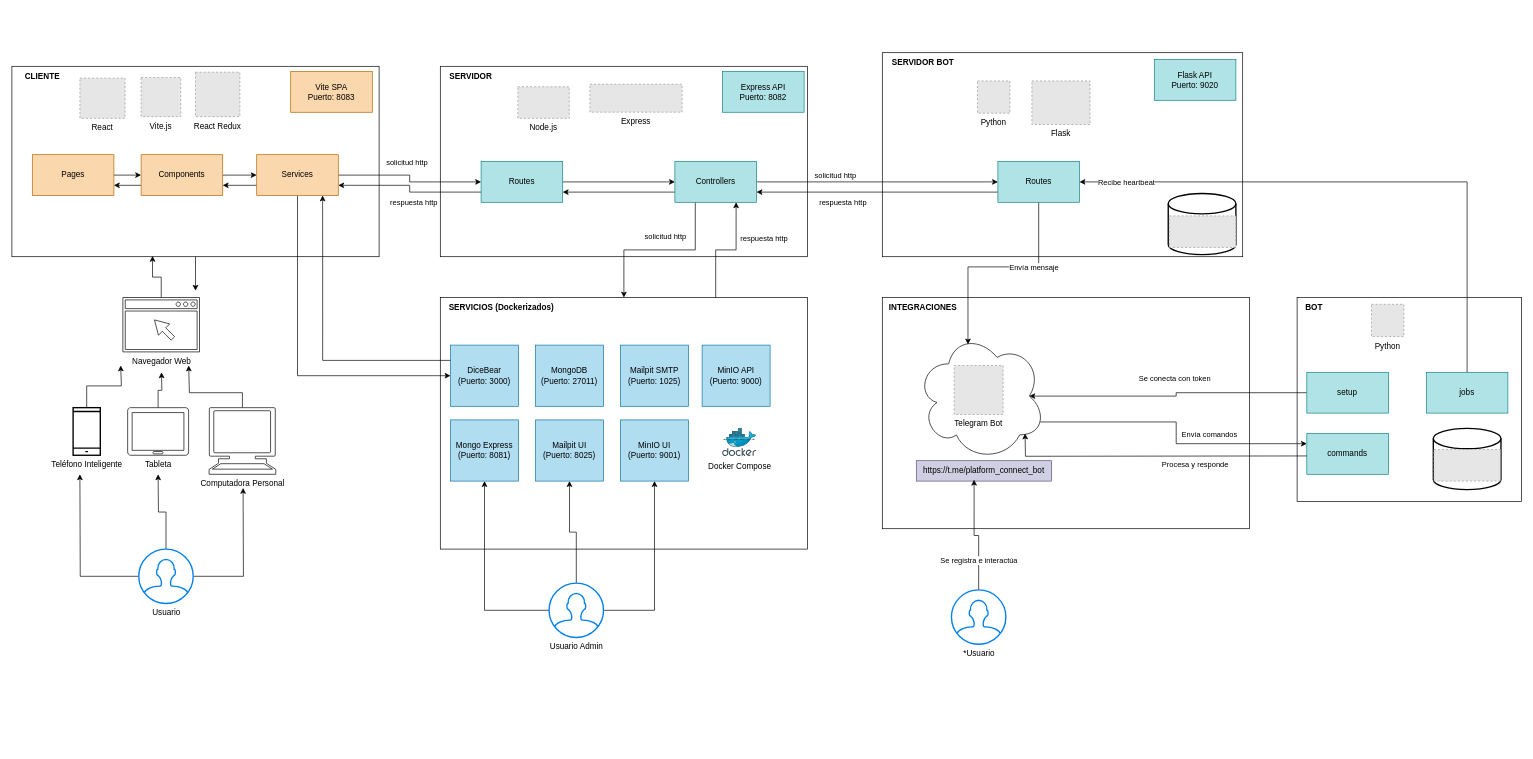
Above: docs/diagrama_arquitectura/diagrama_arquitectura.drawio in andresbiso/2025_1C_TFG (draw.io), before the change. Source tidied: cells renumbered, new cells numbered last; positions are measured from the earlier drawing's top-left corner, leaving out a move shared by most shapes. Both pictures are drawn from the tidied source at 68%, with x=0, y=0 at pixel (12, 52). Pictures stored in the file or linked from it are replaced by grey dashed boxes.
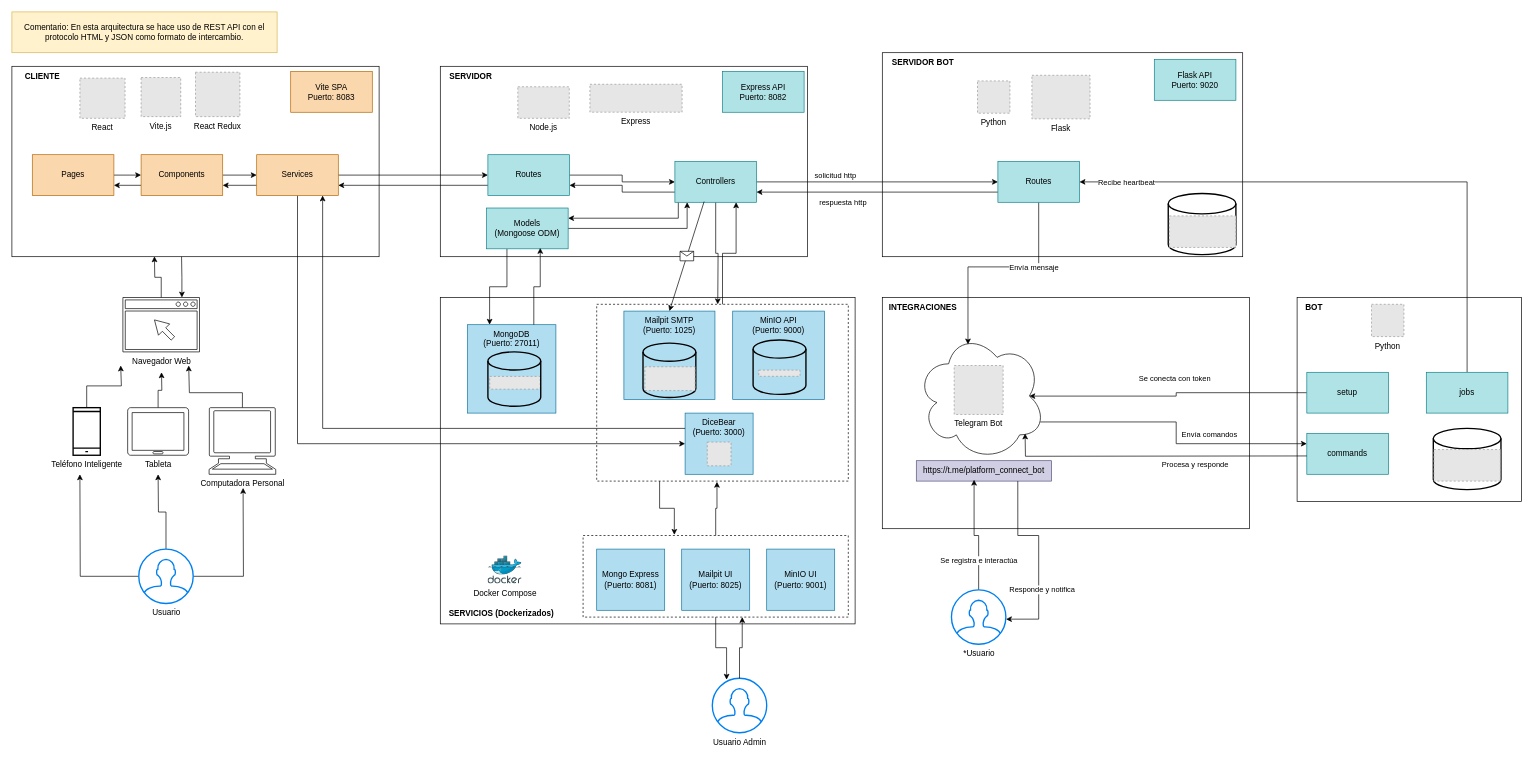
Above is the later version.

The change refers to these unchanged cells:
```xml
<mxCell id="3" style="rounded=0;whiteSpace=wrap;html=1;labelBackgroundColor=none;fillColor=none;" parent="1" vertex="1">
  <mxGeometry y="20" width="540" height="280" as="geometry" />
</mxCell>
<mxCell id="34" value="https://t.me/platform_connect_bot" style="text;html=1;align=center;verticalAlign=middle;whiteSpace=wrap;rounded=0;fillColor=#d0cee2;strokeColor=#56517e;" parent="15" vertex="1">
  <mxGeometry x="1330" y="600" width="199" height="30" as="geometry" />
</mxCell>
<mxCell id="53" style="edgeStyle=orthogonalEdgeStyle;rounded=0;jettySize=auto;html=1;exitX=0;exitY=0.75;exitDx=0;exitDy=0;entryX=1;entryY=0.75;entryDx=0;entryDy=0;" parent="15" edge="1" source="55" target="78">
  <mxGeometry relative="1" as="geometry" />
</mxCell>
<mxCell id="61" value="Controllers" style="rounded=0;whiteSpace=wrap;html=1;fillColor=#b0e3e6;strokeColor=#0e8088;" parent="15" vertex="1">
  <mxGeometry x="975" y="160" width="120" height="60" as="geometry" />
</mxCell>
<mxCell id="68" value="*Usuario" style="html=1;verticalLabelPosition=bottom;align=center;labelBackgroundColor=#ffffff;verticalAlign=top;strokeWidth=2;strokeColor=#0080F0;shadow=0;dashed=0;shape=mxgraph.ios7.icons.user;" parent="15" vertex="1">
  <mxGeometry x="1381.7" y="790" width="80" height="80" as="geometry" />
</mxCell>
<mxCell id="74" style="edgeStyle=orthogonalEdgeStyle;rounded=0;jettySize=auto;html=1;exitX=1;exitY=0.5;exitDx=0;exitDy=0;entryX=0;entryY=0.5;entryDx=0;entryDy=0;" parent="15" edge="1" source="78" target="55">
  <mxGeometry relative="1" as="geometry" />
</mxCell>
<mxCell id="96" value="Navegador Web" style="sketch=0;shadow=0;dashed=0;html=1;labelPosition=center;verticalLabelPosition=bottom;verticalAlign=top;align=center;outlineConnect=0;shape=mxgraph.vvd.web_browser;" parent="15" vertex="1">
  <mxGeometry x="163.2" y="360" width="112.7" height="80" as="geometry" />
</mxCell>
```

What changed in the source:
```diff
@@
-    <mxCell id="2" style="edgeStyle=orthogonalEdgeStyle;rounded=0;jettySize=auto;html=1;exitX=0.5;exitY=1;exitDx=0;exitDy=0;" parent="1" edge="1" source="3">
-      <mxGeometry relative="1" as="geometry">
-        <mxPoint x="270" y="350" as="targetPoint" />
-      </mxGeometry>
-    </mxCell>
@@
     <mxCell id="7" style="rounded=0;whiteSpace=wrap;html=1;labelBackgroundColor=none;fillColor=none;" parent="1" vertex="1">
-      <mxGeometry x="630" y="360" width="540" height="370" as="geometry" />
+      <mxGeometry x="630" y="360" width="610" height="480" as="geometry" />
     </mxCell>
     <mxCell id="8" value="&lt;b&gt;SERVICIOS (Dockerizados)&lt;/b&gt;" style="text;html=1;align=center;verticalAlign=middle;whiteSpace=wrap;rounded=0;labelBackgroundColor=none;" parent="1" vertex="1">
-      <mxGeometry x="630" y="360" width="180" height="30" as="geometry" />
+      <mxGeometry x="630" y="810" width="180" height="30" as="geometry" />
     </mxCell>
@@
+    <mxCell id="100" style="edgeStyle=orthogonalEdgeStyle;rounded=0;jettySize=auto;html=1;exitX=0.042;exitY=1;exitDx=0;exitDy=0;entryX=1;entryY=0.25;entryDx=0;entryDy=0;exitPerimeter=0;" parent="1" edge="1" source="61" target="111">
+      <mxGeometry relative="1" as="geometry" />
+    </mxCell>
+    <mxCell id="101" style="edgeStyle=orthogonalEdgeStyle;rounded=0;jettySize=auto;html=1;entryX=0.15;entryY=1;entryDx=0;entryDy=0;entryPerimeter=0;" parent="1" edge="1" source="111" target="61">
+      <mxGeometry relative="1" as="geometry" />
+    </mxCell>
+    <mxCell id="102" style="rounded=0;whiteSpace=wrap;html=1;fillColor=none;dashed=1;" parent="1" vertex="1">
+      <mxGeometry x="840" y="710" width="390" height="120" as="geometry" />
+    </mxCell>
+    <mxCell id="103" style="edgeStyle=orthogonalEdgeStyle;rounded=0;jettySize=auto;html=1;exitX=0.5;exitY=0;exitDx=0;exitDy=0;entryX=0.75;entryY=1;entryDx=0;entryDy=0;" parent="1" edge="1" source="104" target="61">
+      <mxGeometry relative="1" as="geometry" />
+    </mxCell>
+    <mxCell id="104" style="rounded=0;whiteSpace=wrap;html=1;fillColor=none;dashed=1;" parent="1" vertex="1">
+      <mxGeometry x="860" y="370" width="370" height="260" as="geometry" />
+    </mxCell>
+    <mxCell id="105" style="edgeStyle=orthogonalEdgeStyle;rounded=0;jettySize=auto;html=1;exitX=0.5;exitY=1;exitDx=0;exitDy=0;" parent="1" edge="1" source="61">
+      <mxGeometry relative="1" as="geometry">
+        <mxPoint x="1038" y="370" as="targetPoint" />
+      </mxGeometry>
+    </mxCell>
+    <mxCell id="106" style="edgeStyle=orthogonalEdgeStyle;rounded=0;jettySize=auto;html=1;exitX=0.5;exitY=0;exitDx=0;exitDy=0;entryX=0.478;entryY=1.004;entryDx=0;entryDy=0;entryPerimeter=0;" parent="1" edge="1" source="102" target="104">
+      <mxGeometry relative="1" as="geometry" />
+    </mxCell>
+    <mxCell id="107" style="edgeStyle=orthogonalEdgeStyle;rounded=0;jettySize=auto;html=1;exitX=0.25;exitY=1;exitDx=0;exitDy=0;entryX=0.344;entryY=-0.008;entryDx=0;entryDy=0;entryPerimeter=0;" parent="1" edge="1" source="104" target="102">
+      <mxGeometry relative="1" as="geometry" />
+    </mxCell>
@@
     <mxCell id="16" value="Docker Compose" style="image;sketch=0;html=1;align=center;fontSize=12;image=img/lib/mscae/Docker.svg;" parent="15" vertex="1">
-      <mxGeometry x="1045" y="552.5" width="50" height="41" as="geometry" />
+      <mxGeometry x="700" y="740" width="50" height="41" as="geometry" />
     </mxCell>
-    <mxCell id="17" value="MongoDB&lt;div&gt;(Puerto: 27011)&lt;/div&gt;" style="rounded=0;whiteSpace=wrap;html=1;fillColor=#b1ddf0;strokeColor=#10739e;" parent="15" vertex="1">
-      <mxGeometry x="770" y="430" width="100" height="90" as="geometry" />
+    <mxCell id="17" value="MongoDB&lt;div&gt;(Puerto: 27011)&lt;/div&gt;" style="rounded=0;whiteSpace=wrap;html=1;fillColor=#b1ddf0;strokeColor=#10739e;verticalAlign=top;" parent="15" vertex="1">
+      <mxGeometry x="670" y="400" width="130" height="130" as="geometry" />
     </mxCell>
     <mxCell id="18" value="Mongo Express&lt;div&gt;(Puerto: 8081)&lt;/div&gt;" style="rounded=0;whiteSpace=wrap;html=1;fillColor=#b1ddf0;strokeColor=#10739e;" parent="15" vertex="1">
-      <mxGeometry x="645" y="540" width="100" height="90" as="geometry" />
+      <mxGeometry x="860" y="730" width="100" height="90" as="geometry" />
     </mxCell>
-    <mxCell id="19" value="MinIO API&lt;div&gt;(Puerto: 9000)&lt;/div&gt;" style="rounded=0;whiteSpace=wrap;html=1;fillColor=#b1ddf0;strokeColor=#10739e;" parent="15" vertex="1">
-      <mxGeometry x="1015" y="430" width="100" height="90" as="geometry" />
+    <mxCell id="19" value="MinIO API&lt;div&gt;(Puerto: 9000)&lt;/div&gt;" style="rounded=0;whiteSpace=wrap;html=1;fillColor=#b1ddf0;strokeColor=#10739e;verticalAlign=top;" parent="15" vertex="1">
+      <mxGeometry x="1060" y="380" width="135" height="130" as="geometry" />
     </mxCell>
     <mxCell id="20" value="MinIO UI&lt;div&gt;(Puerto: 9001)&lt;/div&gt;" style="rounded=0;whiteSpace=wrap;html=1;fillColor=#b1ddf0;strokeColor=#10739e;" parent="15" vertex="1">
-      <mxGeometry x="895" y="540" width="100" height="90" as="geometry" />
+      <mxGeometry x="1110" y="730" width="100" height="90" as="geometry" />
     </mxCell>
-    <mxCell id="21" value="Mailpit SMTP&lt;div&gt;(Puerto: 1025)&lt;/div&gt;" style="rounded=0;whiteSpace=wrap;html=1;fillColor=#b1ddf0;strokeColor=#10739e;" parent="15" vertex="1">
-      <mxGeometry x="895" y="430" width="100" height="90" as="geometry" />
+    <mxCell id="21" value="Mailpit SMTP&lt;div&gt;(Puerto: 1025)&lt;/div&gt;" style="rounded=0;whiteSpace=wrap;html=1;fillColor=#b1ddf0;strokeColor=#10739e;verticalAlign=top;" parent="15" vertex="1">
+      <mxGeometry x="900" y="380" width="133.9" height="130" as="geometry" />
     </mxCell>
     <mxCell id="22" value="Mailpit UI&lt;div&gt;(Puerto: 8025)&lt;/div&gt;" style="rounded=0;whiteSpace=wrap;html=1;fillColor=#b1ddf0;strokeColor=#10739e;" parent="15" vertex="1">
-      <mxGeometry x="770" y="540" width="100" height="90" as="geometry" />
+      <mxGeometry x="985" y="730" width="100" height="90" as="geometry" />
     </mxCell>
@@
-    <mxCell id="24" value="DiceBear&lt;br&gt;&lt;div&gt;(Puerto: 3000&lt;span style=&quot;background-color: transparent; color: light-dark(rgb(0, 0, 0), rgb(255, 255, 255));&quot;&gt;)&lt;/span&gt;&lt;/div&gt;" style="rounded=0;whiteSpace=wrap;html=1;fillColor=#b1ddf0;strokeColor=#10739e;" parent="15" vertex="1">
-      <mxGeometry x="645" y="430" width="100" height="90" as="geometry" />
+    <mxCell id="24" value="DiceBear&lt;br&gt;&lt;div&gt;(Puerto: 3000&lt;span style=&quot;background-color: transparent; color: light-dark(rgb(0, 0, 0), rgb(255, 255, 255));&quot;&gt;)&lt;/span&gt;&lt;/div&gt;" style="rounded=0;whiteSpace=wrap;html=1;fillColor=#b1ddf0;strokeColor=#10739e;verticalAlign=top;" parent="15" vertex="1">
+      <mxGeometry x="990" y="530" width="100" height="90" as="geometry" />
     </mxCell>
@@
     <mxCell id="36" value="Flask" style="fillColor=#E6E6E6;strokeColor=#999999;dashed=1;verticalLabelPosition=bottom;labelBackgroundColor=default;verticalAlign=top;" parent="15" vertex="1">
-      <mxGeometry x="1500" y="41.5" width="85.5" height="64.1" as="geometry" />
+      <mxGeometry x="1500" y="33.2" width="85.5" height="64.1" as="geometry" />
     </mxCell>
@@
-    <mxCell id="54" value="respuesta http" style="edgeLabel;html=1;align=center;verticalAlign=middle;" parent="53" vertex="1">
-      <mxGeometry x="-0.14" y="2" relative="1" as="geometry">
-        <mxPoint x="-5" y="13" as="offset" />
-      </mxGeometry>
-    </mxCell>
     <mxCell id="55" value="Routes" style="rounded=0;whiteSpace=wrap;html=1;fillColor=#b0e3e6;strokeColor=#0e8088;" parent="15" vertex="1">
-      <mxGeometry x="690" y="160" width="120" height="60" as="geometry" />
+      <mxGeometry x="700" y="150" width="120" height="60" as="geometry" />
     </mxCell>
@@
-    <mxCell id="57" style="edgeStyle=orthogonalEdgeStyle;rounded=0;jettySize=auto;html=1;exitX=0.25;exitY=1;exitDx=0;exitDy=0;" parent="15" edge="1" source="61" target="7">
-      <mxGeometry relative="1" as="geometry" />
-    </mxCell>
-    <mxCell id="58" value="solicitud http" style="edgeLabel;html=1;align=center;verticalAlign=middle;" parent="57" vertex="1">
-      <mxGeometry x="-0.62" y="-2" relative="1" as="geometry">
-        <mxPoint x="-43" y="3" as="offset" />
-      </mxGeometry>
-    </mxCell>
@@
-    <mxCell id="62" style="edgeStyle=orthogonalEdgeStyle;rounded=0;jettySize=auto;html=1;entryX=0.5;entryY=1;entryDx=0;entryDy=0;" parent="15" edge="1" source="65" target="20">
-      <mxGeometry relative="1" as="geometry" />
-    </mxCell>
-    <mxCell id="63" style="edgeStyle=orthogonalEdgeStyle;rounded=0;jettySize=auto;html=1;entryX=0.5;entryY=1;entryDx=0;entryDy=0;" parent="15" edge="1" source="65" target="22">
-      <mxGeometry relative="1" as="geometry" />
-    </mxCell>
-    <mxCell id="64" style="edgeStyle=orthogonalEdgeStyle;rounded=0;jettySize=auto;html=1;entryX=0.5;entryY=1;entryDx=0;entryDy=0;" parent="15" edge="1" source="65" target="18">
-      <mxGeometry relative="1" as="geometry" />
-    </mxCell>
     <mxCell id="65" value="Usuario Admin" style="html=1;verticalLabelPosition=bottom;align=center;labelBackgroundColor=#ffffff;verticalAlign=top;strokeWidth=2;strokeColor=#0080F0;shadow=0;dashed=0;shape=mxgraph.ios7.icons.user;" parent="15" vertex="1">
-      <mxGeometry x="790" y="780" width="80" height="80" as="geometry" />
+      <mxGeometry x="1030" y="920" width="80" height="80" as="geometry" />
     </mxCell>
@@
-    <mxCell id="75" value="solicitud http" style="edgeLabel;html=1;align=center;verticalAlign=middle;" parent="74" vertex="1">
-      <mxGeometry x="-0.19" y="1" relative="1" as="geometry">
-        <mxPoint x="11" y="-19" as="offset" />
-      </mxGeometry>
-    </mxCell>
@@
-    <mxCell id="79" style="edgeStyle=orthogonalEdgeStyle;rounded=0;jettySize=auto;html=1;exitX=0.75;exitY=0;exitDx=0;exitDy=0;entryX=0.75;entryY=1;entryDx=0;entryDy=0;" parent="15" edge="1" source="7" target="61">
-      <mxGeometry relative="1" as="geometry" />
-    </mxCell>
-    <mxCell id="80" value="respuesta http" style="edgeLabel;html=1;align=center;verticalAlign=middle;" parent="79" vertex="1">
-      <mxGeometry x="0.38" y="-3" relative="1" as="geometry">
-        <mxPoint x="37" as="offset" />
-      </mxGeometry>
-    </mxCell>
@@
-    <mxCell id="95" style="edgeStyle=orthogonalEdgeStyle;rounded=0;jettySize=auto;html=1;entryX=0.383;entryY=0.996;entryDx=0;entryDy=0;entryPerimeter=0;" parent="15" edge="1" source="96" target="3">
-      <mxGeometry relative="1" as="geometry" />
-    </mxCell>
@@
+    <mxCell id="108" style="edgeStyle=orthogonalEdgeStyle;rounded=0;orthogonalLoop=1;jettySize=auto;html=1;exitX=0.5;exitY=1;exitDx=0;exitDy=0;" parent="15" edge="1">
+      <mxGeometry relative="1" as="geometry">
+        <mxPoint x="249.5" y="300" as="sourcePoint" />
+        <mxPoint x="250" y="360" as="targetPoint" />
+      </mxGeometry>
+    </mxCell>
+    <mxCell id="109" style="edgeStyle=orthogonalEdgeStyle;rounded=0;jettySize=auto;html=1;entryX=0.37;entryY=1;entryDx=0;entryDy=0;entryPerimeter=0;" parent="15" edge="1" source="96">
+      <mxGeometry relative="1" as="geometry">
+        <mxPoint x="209.6" y="299.5" as="targetPoint" />
+      </mxGeometry>
+    </mxCell>
+    <mxCell id="110" style="edgeStyle=orthogonalEdgeStyle;rounded=0;jettySize=auto;html=1;exitX=0.25;exitY=1;exitDx=0;exitDy=0;entryX=0.25;entryY=0;entryDx=0;entryDy=0;" parent="15" edge="1" source="111" target="17">
+      <mxGeometry relative="1" as="geometry" />
+    </mxCell>
+    <mxCell id="111" value="Models&lt;div&gt;(Mongoose ODM)&lt;/div&gt;" style="rounded=0;whiteSpace=wrap;html=1;fillColor=#b0e3e6;strokeColor=#0e8088;" parent="15" vertex="1">
+      <mxGeometry x="698" y="228.4" width="120" height="60" as="geometry" />
+    </mxCell>
+    <mxCell id="112" style="fillColor=#E6E6E6;strokeColor=#999999;dashed=1;verticalLabelPosition=bottom;labelBackgroundColor=default;verticalAlign=top;" parent="15" vertex="1">
+      <mxGeometry x="702.7" y="476" width="74.2" height="18.8" as="geometry" />
+    </mxCell>
+    <mxCell id="113" style="strokeWidth=2;html=1;shape=mxgraph.flowchart.database;whiteSpace=wrap;fillColor=none;" parent="15" vertex="1">
+      <mxGeometry x="700" y="440" width="77.7" height="80" as="geometry" />
+    </mxCell>
+    <mxCell id="114" style="strokeWidth=2;html=1;shape=mxgraph.flowchart.database;whiteSpace=wrap;fillColor=none;" parent="15" vertex="1">
+      <mxGeometry x="1090" y="422.5" width="77.7" height="80" as="geometry" />
+    </mxCell>
+    <mxCell id="115" style="fillColor=#E6E6E6;strokeColor=#999999;dashed=1;verticalLabelPosition=bottom;labelBackgroundColor=default;verticalAlign=top;" parent="15" vertex="1">
+      <mxGeometry x="1098.4" y="466.8" width="60.6" height="9.1" as="geometry" />
+    </mxCell>
+    <mxCell id="116" style="strokeWidth=2;html=1;shape=mxgraph.flowchart.database;whiteSpace=wrap;fillColor=none;" parent="15" vertex="1">
+      <mxGeometry x="928.1" y="427" width="77.7" height="80" as="geometry" />
+    </mxCell>
+    <mxCell id="117" style="fillColor=#E6E6E6;strokeColor=#999999;dashed=1;verticalLabelPosition=bottom;labelBackgroundColor=default;verticalAlign=top;" parent="15" vertex="1">
+      <mxGeometry x="930.9" y="461.9" width="73.9" height="35" as="geometry" />
+    </mxCell>
+    <mxCell id="118" style="edgeStyle=orthogonalEdgeStyle;rounded=0;jettySize=auto;html=1;exitX=0.75;exitY=0;exitDx=0;exitDy=0;entryX=0.658;entryY=0.978;entryDx=0;entryDy=0;entryPerimeter=0;" parent="15" edge="1" source="17" target="111">
+      <mxGeometry relative="1" as="geometry" />
+    </mxCell>
+    <mxCell id="119" style="edgeStyle=orthogonalEdgeStyle;rounded=0;jettySize=auto;html=1;exitX=0.5;exitY=1;exitDx=0;exitDy=0;entryX=0.263;entryY=0.025;entryDx=0;entryDy=0;entryPerimeter=0;" parent="15" edge="1" source="102" target="65">
+      <mxGeometry relative="1" as="geometry" />
+    </mxCell>
+    <mxCell id="120" style="edgeStyle=orthogonalEdgeStyle;rounded=0;jettySize=auto;html=1;entryX=0.6;entryY=1;entryDx=0;entryDy=0;entryPerimeter=0;" parent="15" edge="1" source="65" target="102">
+      <mxGeometry relative="1" as="geometry" />
+    </mxCell>
+    <mxCell id="121" style="endArrow=classic;html=1;rounded=0;entryX=0.5;entryY=0;entryDx=0;entryDy=0;exitX=0.358;exitY=0.983;exitDx=0;exitDy=0;exitPerimeter=0;" parent="15" edge="1" source="61" target="21">
+      <mxGeometry relative="1" as="geometry" />
+    </mxCell>
+    <mxCell id="122" style="shape=message;html=1;" parent="121" vertex="1">
+      <mxGeometry width="20" height="14" relative="1" as="geometry">
+        <mxPoint x="-10" y="-7" as="offset" />
+      </mxGeometry>
+    </mxCell>
+    <mxCell id="123" style="edgeStyle=orthogonalEdgeStyle;rounded=0;jettySize=auto;html=1;exitX=0.75;exitY=1;exitDx=0;exitDy=0;entryX=1.003;entryY=0.538;entryDx=0;entryDy=0;entryPerimeter=0;" parent="15" edge="1" source="34" target="68">
+      <mxGeometry relative="1" as="geometry">
+        <Array as="points">
+          <mxPoint x="1479" y="710" />
+          <mxPoint x="1510" y="710" />
+          <mxPoint x="1510" y="833" />
+        </Array>
+      </mxGeometry>
+    </mxCell>
+    <mxCell id="124" value="Responde y notifica" style="edgeLabel;html=1;align=center;verticalAlign=middle;" parent="123" vertex="1">
+      <mxGeometry x="0.35" y="4" relative="1" as="geometry" />
+    </mxCell>
+    <mxCell id="125" value="Comentario: En esta arquitectura se hace uso de REST API con el protocolo HTML y JSON como formato de intercambio." style="rounded=0;whiteSpace=wrap;html=1;fillColor=#fff2cc;strokeColor=#d6b656;" parent="15" vertex="1">
+      <mxGeometry y="-60" width="390" height="60" as="geometry" />
+    </mxCell>
+    <mxCell id="126" style="fillColor=#E6E6E6;strokeColor=#999999;dashed=1;verticalLabelPosition=bottom;labelBackgroundColor=default;verticalAlign=top;" parent="15" vertex="1">
+      <mxGeometry x="1022.6" y="572.6" width="34.9" height="34.9" as="geometry" />
+    </mxCell>
```
